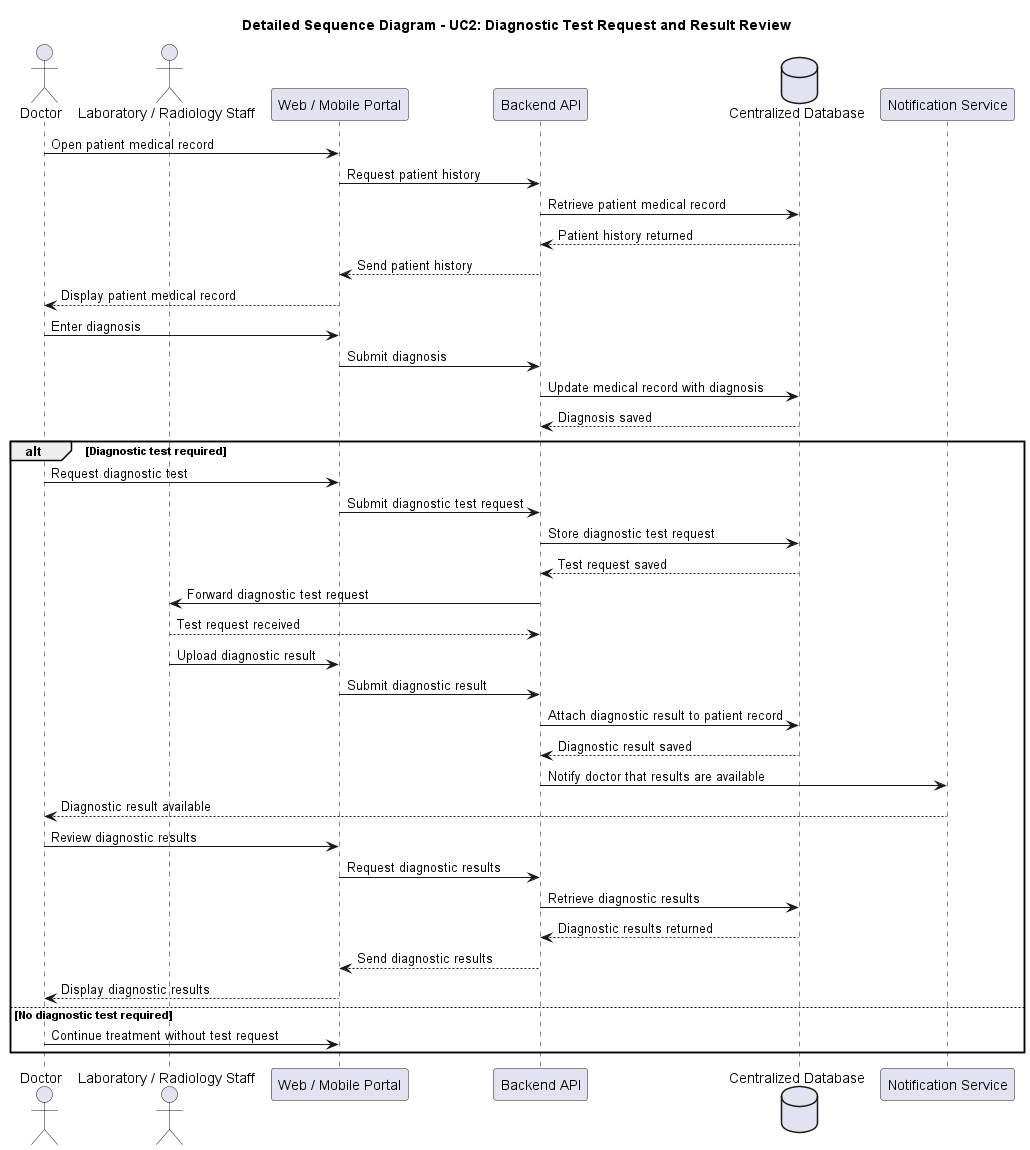
This is uml/sequence_diagnostic_results.png from hamztion/Software_Project_Group8, a PlantUML export, as it was before one commit.
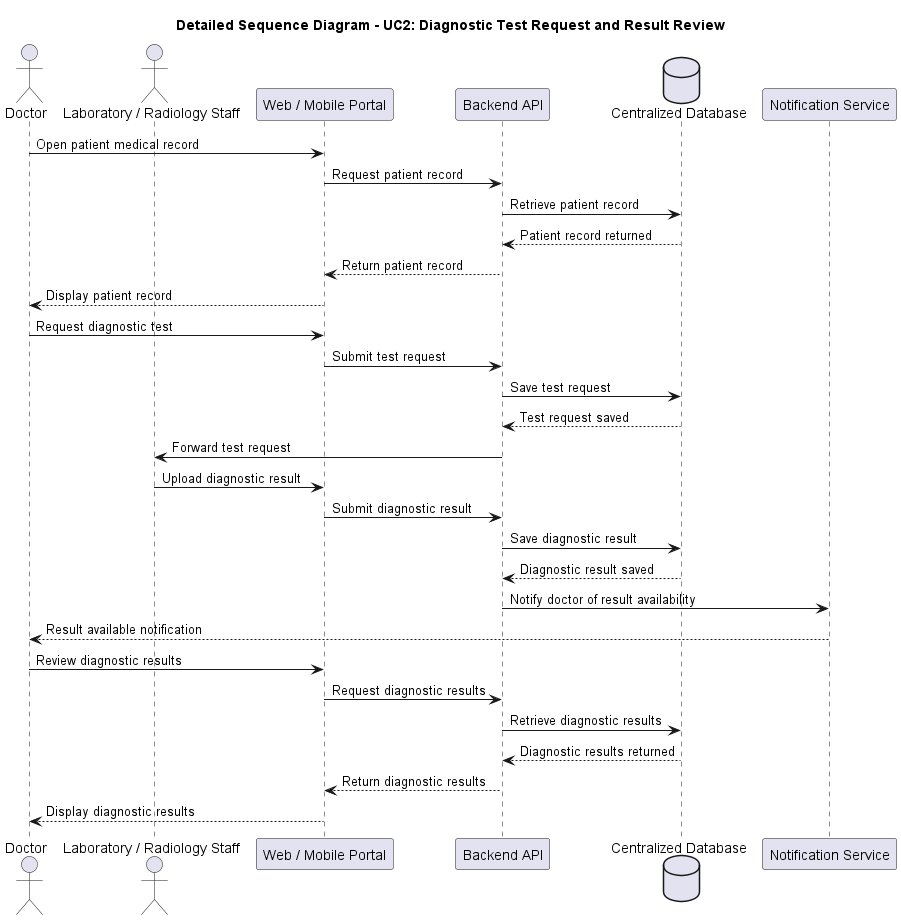
The same diagram one commit later.

Commit message:
Add detailed sequence diagrams for main hospital use cases

Change to the diagram source:
```diff
@@ -3,57 +3,37 @@
 
 actor Doctor as doctor
 actor "Laboratory / Radiology Staff" as dept
-
 participant "Web / Mobile Portal" as portal
 participant "Backend API" as api
 database "Centralized Database" as db
 participant "Notification Service" as notif
 
 doctor -> portal : Open patient medical record
-portal -> api : Request patient history
+portal -> api : Request patient record
+api -> db : Retrieve patient record
+db --> api : Patient record returned
+api --> portal : Return patient record
+portal --> doctor : Display patient record
 
-api -> db : Retrieve patient medical record
-db --> api : Patient history returned
+doctor -> portal : Request diagnostic test
+portal -> api : Submit test request
+api -> db : Save test request
+db --> api : Test request saved
+api -> dept : Forward test request
 
-api --> portal : Send patient history
-portal --> doctor : Display patient medical record
+dept -> portal : Upload diagnostic result
+portal -> api : Submit diagnostic result
+api -> db : Save diagnostic result
+db --> api : Diagnostic result saved
 
-doctor -> portal : Enter diagnosis
-portal -> api : Submit diagnosis
+api -> notif : Notify doctor of result availability
+notif --> doctor : Result available notification
 
-api -> db : Update medical record with diagnosis
-db --> api : Diagnosis saved
-
-alt Diagnostic test required
-    doctor -> portal : Request diagnostic test
-    portal -> api : Submit diagnostic test request
-
-    api -> db : Store diagnostic test request
-    db --> api : Test request saved
-
-    api -> dept : Forward diagnostic test request
-    dept --> api : Test request received
-
-    dept -> portal : Upload diagnostic result
-    portal -> api : Submit diagnostic result
-
-    api -> db : Attach diagnostic result to patient record
-    db --> api : Diagnostic result saved
-
-    api -> notif : Notify doctor that results are available
-    notif --> doctor : Diagnostic result available
-
-    doctor -> portal : Review diagnostic results
-    portal -> api : Request diagnostic results
-
-    api -> db : Retrieve diagnostic results
-    db --> api : Diagnostic results returned
-
-    api --> portal : Send diagnostic results
-    portal --> doctor : Display diagnostic results
-
-else No diagnostic test required
-    doctor -> portal : Continue treatment without test request
-end
+doctor -> portal : Review diagnostic results
+portal -> api : Request diagnostic results
+api -> db : Retrieve diagnostic results
+db --> api : Diagnostic results returned
+api --> portal : Return diagnostic results
+portal --> doctor : Display diagnostic results
 
 @enduml
```
